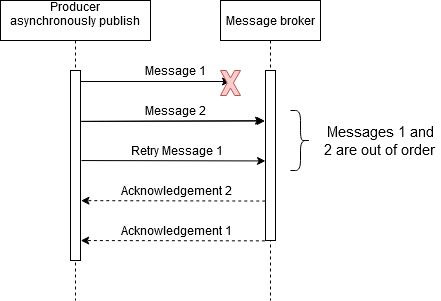
Earlier version of the draw.io export images/order.png (duyhieuvo/master-thesis). Source tidied: cells renumbered, new cells last; positions are measured from the earlier drawing's top-left corner, leaving out a move shared by most shapes. The source it was exported from:
```xml
<mxGraphModel>
  <root>
    <mxCell id="0" />
    <mxCell id="1" parent="0" />
    <mxCell id="2" value="Producer&#10;asynchronously publish&#10;" style="shape=umlLifeline;perimeter=lifelinePerimeter;rounded=0;shadow=0;strokeWidth=1;" parent="1" vertex="1">
      <mxGeometry width="150" height="300" as="geometry" />
    </mxCell>
    <mxCell id="3" style="points=[];perimeter=orthogonalPerimeter;rounded=0;shadow=0;strokeWidth=1;" parent="2" vertex="1">
      <mxGeometry x="70" y="70" width="10" height="190" as="geometry" />
    </mxCell>
    <mxCell id="4" value="Message broker" style="shape=umlLifeline;perimeter=lifelinePerimeter;rounded=0;shadow=0;strokeWidth=1;" parent="1" vertex="1">
      <mxGeometry x="220" width="100" height="300" as="geometry" />
    </mxCell>
    <mxCell id="5" style="points=[];perimeter=orthogonalPerimeter;rounded=0;shadow=0;strokeWidth=1;" parent="4" vertex="1">
      <mxGeometry x="45" y="70" width="10" height="170" as="geometry" />
    </mxCell>
    <mxCell id="6" style="endArrow=classic;html=1;" parent="1" edge="1" source="3">
      <mxGeometry relative="1" as="geometry">
        <mxPoint x="230" y="81" as="targetPoint" />
      </mxGeometry>
    </mxCell>
    <mxCell id="7" value="Message 1" style="text;html=1;strokeColor=none;fillColor=none;align=center;verticalAlign=middle;whiteSpace=wrap;rounded=0;" parent="1" vertex="1">
      <mxGeometry x="140" y="60" width="70" height="20" as="geometry" />
    </mxCell>
    <mxCell id="8" style="endArrow=classic;html=1;exitX=1.08;exitY=0.268;exitDx=0;exitDy=0;exitPerimeter=0;entryX=-0.2;entryY=0.295;entryDx=0;entryDy=0;entryPerimeter=0;" parent="1" edge="1" source="3" target="5">
      <mxGeometry relative="1" as="geometry" />
    </mxCell>
    <mxCell id="9" value="Message 2" style="text;html=1;strokeColor=none;fillColor=none;align=center;verticalAlign=middle;whiteSpace=wrap;rounded=0;" parent="1" vertex="1">
      <mxGeometry x="142.5" y="100" width="65" height="20" as="geometry" />
    </mxCell>
    <mxCell id="10" style="endArrow=classic;html=1;exitX=1.08;exitY=0.268;exitDx=0;exitDy=0;exitPerimeter=0;entryX=-0.035;entryY=0.297;entryDx=0;entryDy=0;entryPerimeter=0;" parent="1" edge="1" source="3" target="5">
      <mxGeometry relative="1" as="geometry" />
    </mxCell>
    <mxCell id="11" style="endArrow=classic;html=1;entryX=1.051;entryY=0.685;entryDx=0;entryDy=0;entryPerimeter=0;dashed=1;exitX=-0.019;exitY=0.768;exitDx=0;exitDy=0;exitPerimeter=0;" parent="1" edge="1" source="5" target="3">
      <mxGeometry relative="1" as="geometry" />
    </mxCell>
    <mxCell id="12" value="Acknowledgement 2" style="text;html=1;strokeColor=none;fillColor=none;align=center;verticalAlign=middle;whiteSpace=wrap;rounded=0;" parent="1" vertex="1">
      <mxGeometry x="119.3" y="180" width="115" height="20" as="geometry" />
    </mxCell>
    <mxCell id="13" style="verticalLabelPosition=bottom;verticalAlign=top;html=1;shape=mxgraph.basic.x;fillColor=#f8cecc;strokeColor=#b85450;" parent="1" vertex="1">
      <mxGeometry x="220" y="70" width="20" height="25" as="geometry" />
    </mxCell>
    <mxCell id="14" style="endArrow=classic;html=1;exitX=1.1;exitY=0.474;exitDx=0;exitDy=0;exitPerimeter=0;entryX=0;entryY=0.532;entryDx=0;entryDy=0;entryPerimeter=0;" parent="1" edge="1" source="3" target="5">
      <mxGeometry relative="1" as="geometry" />
    </mxCell>
    <mxCell id="15" value="Retry Message 1" style="text;html=1;strokeColor=none;fillColor=none;align=center;verticalAlign=middle;whiteSpace=wrap;rounded=0;" parent="1" vertex="1">
      <mxGeometry x="106.8" y="139.6" width="140" height="20" as="geometry" />
    </mxCell>
    <mxCell id="16" style="endArrow=classic;html=1;exitX=-0.16;exitY=0.533;exitDx=0;exitDy=0;exitPerimeter=0;entryX=1.023;entryY=0.895;entryDx=0;entryDy=0;entryPerimeter=0;dashed=1;" parent="1" edge="1" target="3">
      <mxGeometry relative="1" as="geometry">
        <mxPoint x="264.4" y="240.4" as="sourcePoint" />
      </mxGeometry>
    </mxCell>
    <mxCell id="17" value="Acknowledgement 1" style="text;html=1;strokeColor=none;fillColor=none;align=center;verticalAlign=middle;whiteSpace=wrap;rounded=0;" parent="1" vertex="1">
      <mxGeometry x="119.3" y="220" width="115" height="20" as="geometry" />
    </mxCell>
    <mxCell id="18" style="shape=curlyBracket;whiteSpace=wrap;html=1;rounded=1;rotation=-180;size=0.5;" parent="1" vertex="1">
      <mxGeometry x="290" y="110" width="20" height="60" as="geometry" />
    </mxCell>
    <mxCell id="19" value="&lt;font style=&quot;font-size: 15px&quot;&gt;Messages 1 and 2 are out of order&lt;br&gt;&lt;/font&gt;" style="text;html=1;strokeColor=none;fillColor=none;align=center;verticalAlign=middle;whiteSpace=wrap;rounded=0;" parent="1" vertex="1">
      <mxGeometry x="320" y="130" width="120" height="20" as="geometry" />
    </mxCell>
  </root>
</mxGraphModel>
```
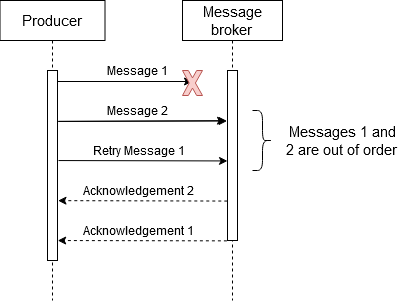
The same diagram one commit later.

What changed in the source:
```diff
@@ -2,18 +2,24 @@
   <root>
     <mxCell id="0" />
     <mxCell id="1" parent="0" />
-    <mxCell id="2" value="Producer&#10;asynchronously publish&#10;" style="shape=umlLifeline;perimeter=lifelinePerimeter;rounded=0;shadow=0;strokeWidth=1;" parent="1" vertex="1">
-      <mxGeometry width="150" height="300" as="geometry" />
+    <mxCell id="2" style="shape=umlLifeline;perimeter=lifelinePerimeter;rounded=0;shadow=0;strokeWidth=1;size=40;fontSize=13;" parent="1" vertex="1">
+      <mxGeometry x="37.5" width="105" height="300" as="geometry" />
     </mxCell>
     <mxCell id="3" style="points=[];perimeter=orthogonalPerimeter;rounded=0;shadow=0;strokeWidth=1;" parent="2" vertex="1">
-      <mxGeometry x="70" y="70" width="10" height="190" as="geometry" />
+      <mxGeometry x="47.5" y="70" width="10" height="190" as="geometry" />
     </mxCell>
+    <mxCell id="20" value="&lt;font style=&quot;font-size: 15px&quot;&gt;Producer&lt;/font&gt;" style="text;html=1;strokeColor=none;fillColor=none;align=center;verticalAlign=middle;whiteSpace=wrap;rounded=0;fontSize=14;" parent="2" vertex="1">
+      <mxGeometry x="32.5" y="10" width="40" height="20" as="geometry" />
+    </mxCell>
-    <mxCell id="4" value="Message broker" style="shape=umlLifeline;perimeter=lifelinePerimeter;rounded=0;shadow=0;strokeWidth=1;" parent="1" vertex="1">
+    <mxCell id="4" style="shape=umlLifeline;perimeter=lifelinePerimeter;rounded=0;shadow=0;strokeWidth=1;fontSize=14;" parent="1" vertex="1">
       <mxGeometry x="220" width="100" height="300" as="geometry" />
     </mxCell>
     <mxCell id="5" style="points=[];perimeter=orthogonalPerimeter;rounded=0;shadow=0;strokeWidth=1;" parent="4" vertex="1">
       <mxGeometry x="45" y="70" width="10" height="170" as="geometry" />
     </mxCell>
+    <mxCell id="21" value="&lt;div style=&quot;font-size: 15px&quot; align=&quot;center&quot;&gt;&lt;font style=&quot;font-size: 15px&quot;&gt;Message&lt;/font&gt;&lt;/div&gt;&lt;div style=&quot;font-size: 15px&quot; align=&quot;center&quot;&gt;&lt;font style=&quot;font-size: 15px&quot;&gt;broker&lt;br&gt;&lt;/font&gt;&lt;/div&gt;" style="text;html=1;strokeColor=none;fillColor=none;align=center;verticalAlign=middle;whiteSpace=wrap;rounded=0;fontSize=14;" parent="4" vertex="1">
+      <mxGeometry x="30" y="10" width="40" height="20" as="geometry" />
+    </mxCell>
     <mxCell id="6" style="endArrow=classic;html=1;" parent="1" edge="1" source="3">
       <mxGeometry relative="1" as="geometry">
         <mxPoint x="230" y="81" as="targetPoint" />
```
